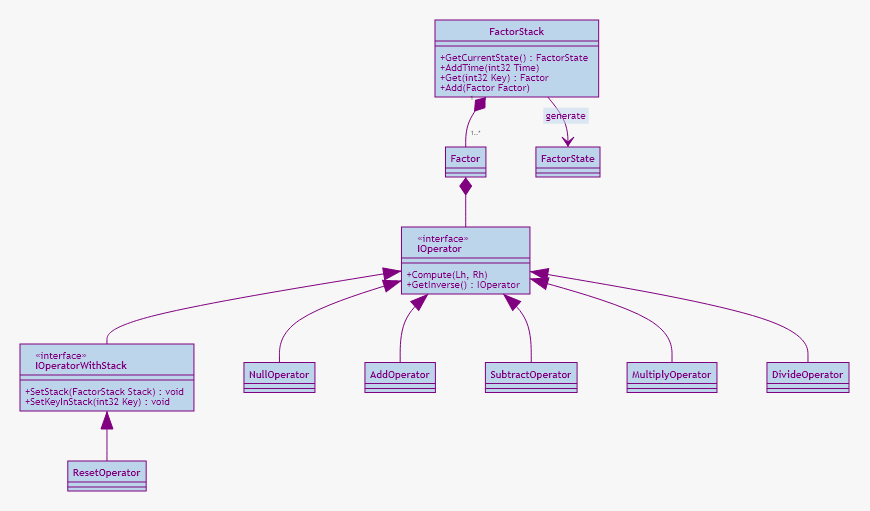
Before: Docs/Core/mermaid/operators.png, a diagram exported from Mermaid (NansPellicari/UE4-FactorsFactory). Its source is kept beside it as Docs/Core/mermaid/operators.mmd.
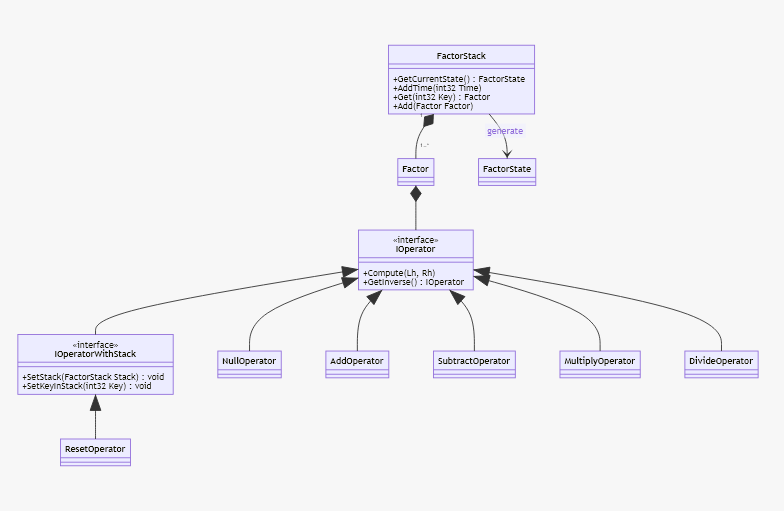
Above is the later version.

Change to the diagram source:
```diff
@@ -12,13 +12,13 @@
 IOperatorWithStack <|-- ResetOperator
 
 class IOperator {
-    &lt;&lt;interface&gt;&gt;
+    <<interface>>
     +Compute(Lh, Rh)
     +GetInverse() IOperator
 }
 
 class IOperatorWithStack {
-    &lt;&lt;interface&gt;&gt;
+    <<interface>>
     +SetStack(FactorStack Stack) void
     +SetKeyInStack(int32 Key) void
 }
```
